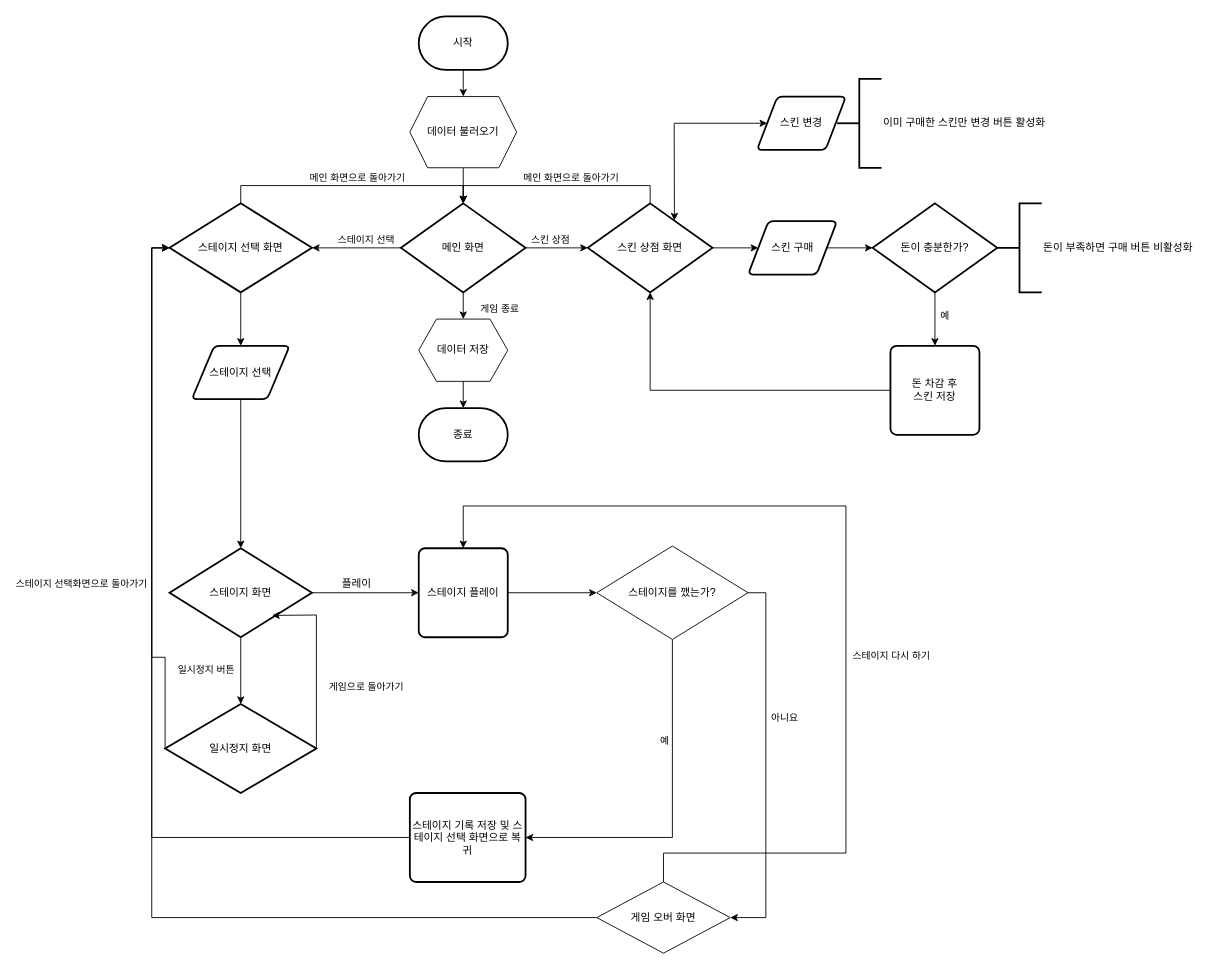
Before: Assets/DataForPortfolio/디어 마이 프렌드 흐름도.drawio in shk1125/DeerMyFriend, a draw.io diagram. Source tidied: cells renumbered, new cells numbered last; positions are measured from the earlier drawing's top-left corner, leaving out a move shared by most shapes. Both pictures are drawn from the tidied source at 89%, with x=0, y=0 at pixel (151, 16).
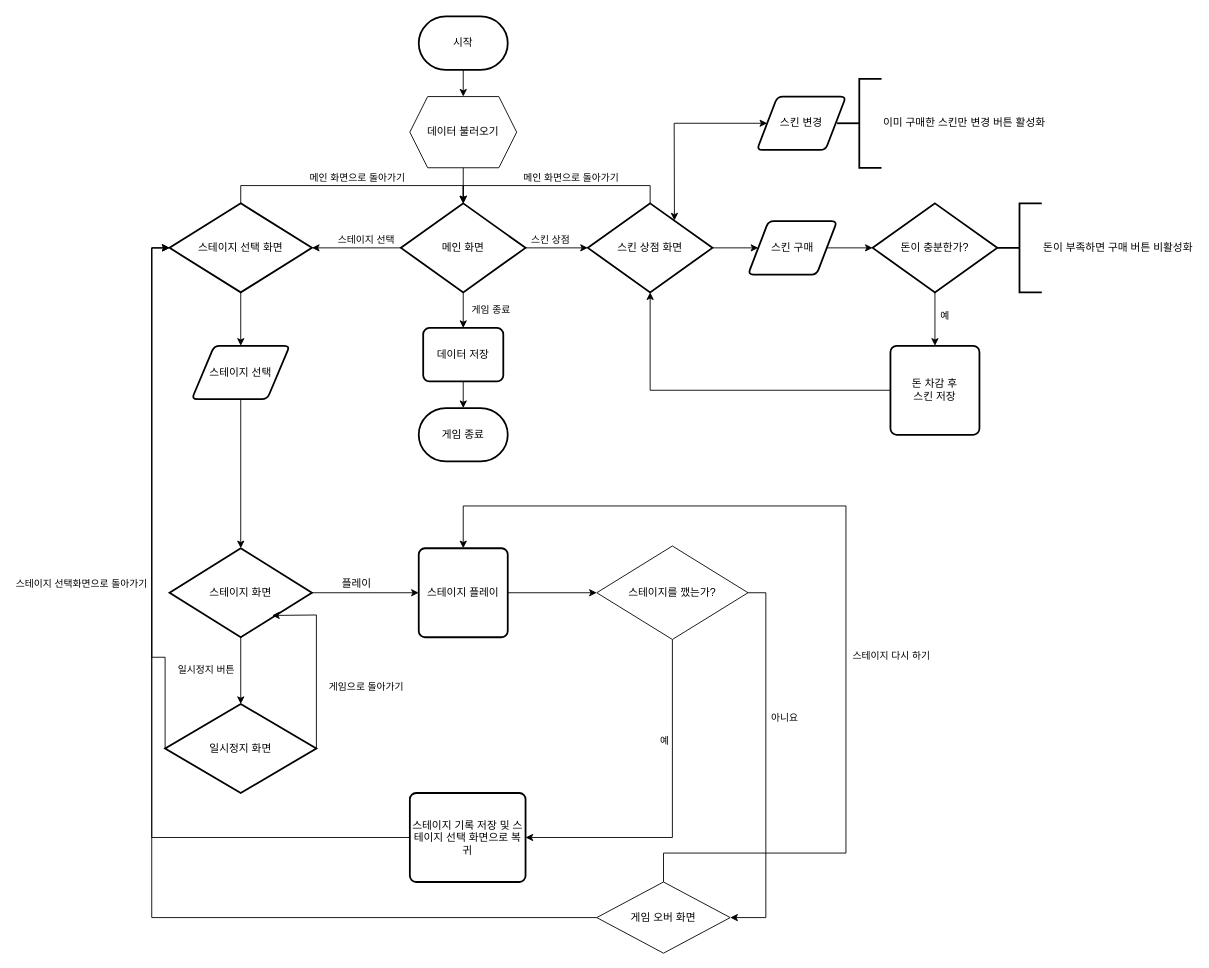
After the change.

The change refers to these unchanged cells:
```xml
<mxCell id="3" style="endArrow=classic;html=1;rounded=0;exitX=0.5;exitY=1;exitDx=0;exitDy=0;exitPerimeter=0;entryX=0.5;entryY=0;entryDx=0;entryDy=0;" parent="1" edge="1" source="11" target="58">
  <mxGeometry relative="1" as="geometry" />
</mxCell>
```

Change to the diagram source:
```diff
@@
     <mxCell id="4" value="게임 종료" style="edgeLabel;html=1;align=center;verticalAlign=middle;" parent="3" vertex="1">
       <mxGeometry x="0.75" y="2" relative="1" as="geometry">
-        <mxPoint x="38" y="-9" as="offset" />
+        <mxPoint x="28" y="-16" as="offset" />
       </mxGeometry>
     </mxCell>
@@
-    <mxCell id="6" value="종료" style="strokeWidth=2;html=1;shape=mxgraph.flowchart.terminator;whiteSpace=wrap;" parent="1" vertex="1">
+    <mxCell id="6" value="게임 종료" style="strokeWidth=2;html=1;shape=mxgraph.flowchart.terminator;whiteSpace=wrap;" parent="1" vertex="1">
       <mxGeometry x="300" y="440" width="100" height="60" as="geometry" />
     </mxCell>
@@
+    <mxCell id="59" style="edgeStyle=orthogonalEdgeStyle;rounded=0;jettySize=auto;html=1;exitX=0.5;exitY=1;exitDx=0;exitDy=0;entryX=0.5;entryY=0;entryDx=0;entryDy=0;entryPerimeter=0;" parent="1" edge="1" source="58" target="6">
+      <mxGeometry relative="1" as="geometry" />
+    </mxCell>
-    <mxCell id="58" value="데이터 저장" style="shape=hexagon;perimeter=hexagonPerimeter2;whiteSpace=wrap;html=1;fixedSize=1;" parent="1" vertex="1">
-      <mxGeometry x="300" y="340" width="100" height="70" as="geometry" />
+    <mxCell id="58" value="데이터 저장" style="rounded=1;whiteSpace=wrap;html=1;absoluteArcSize=1;arcSize=14;strokeWidth=2;" parent="1" vertex="1">
+      <mxGeometry x="305" y="350" width="90" height="60" as="geometry" />
     </mxCell>
-    <mxCell id="59" style="edgeStyle=orthogonalEdgeStyle;rounded=0;jettySize=auto;html=1;exitX=0.5;exitY=1;exitDx=0;exitDy=0;entryX=0.5;entryY=0;entryDx=0;entryDy=0;entryPerimeter=0;" parent="1" edge="1" source="58" target="6">
-      <mxGeometry relative="1" as="geometry" />
-    </mxCell>
```
